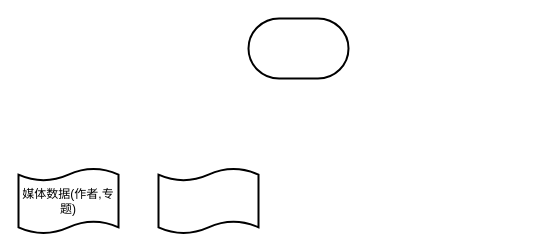
The draw.io diagram Untitled Diagram.drawio in iqyeah/book, before the edit. Source tidied: cells renumbered, new cells numbered last; positions are measured from the earlier drawing's top-left corner, leaving out a move shared by most shapes. Both pictures are drawn from the tidied source at 100%, with x=0, y=0 at pixel (18, 18).
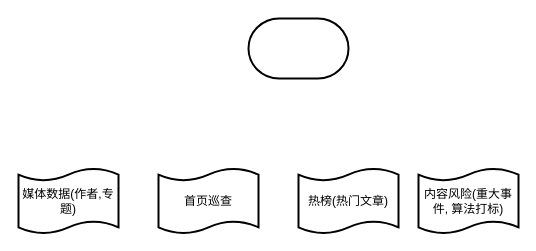
Above is the later version.

The edit, as a diff of the source:
```diff
@@
 <mxGraphModel>
   <root>
     <mxCell id="0" />
     <mxCell id="1" parent="0" />
     <mxCell id="2" style="strokeWidth=2;html=1;shape=mxgraph.flowchart.terminator;whiteSpace=wrap;" parent="1" vertex="1">
       <mxGeometry x="230" width="100" height="60" as="geometry" />
     </mxCell>
     <mxCell id="3" value="媒体数据(作者,专题)" style="shape=tape;whiteSpace=wrap;html=1;strokeWidth=2;size=0.19;" parent="1" vertex="1">
       <mxGeometry y="150" width="100" height="65" as="geometry" />
     </mxCell>
-    <mxCell id="4" style="shape=tape;whiteSpace=wrap;html=1;strokeWidth=2;size=0.19;" parent="1" vertex="1">
+    <mxCell id="4" value="首页巡查" style="shape=tape;whiteSpace=wrap;html=1;strokeWidth=2;size=0.19;" parent="1" vertex="1">
       <mxGeometry x="140" y="150" width="100" height="65" as="geometry" />
     </mxCell>
+    <mxCell id="5" value="热榜(热门文章)" style="shape=tape;whiteSpace=wrap;html=1;strokeWidth=2;size=0.19;" parent="1" vertex="1">
+      <mxGeometry x="280" y="150" width="100" height="65" as="geometry" />
+    </mxCell>
+    <mxCell id="6" value="内容风险(重大事件, 算法打标)" style="shape=tape;whiteSpace=wrap;html=1;strokeWidth=2;size=0.19;" parent="1" vertex="1">
+      <mxGeometry x="400" y="150" width="100" height="65" as="geometry" />
+    </mxCell>
   </root>
 </mxGraphModel>
```
